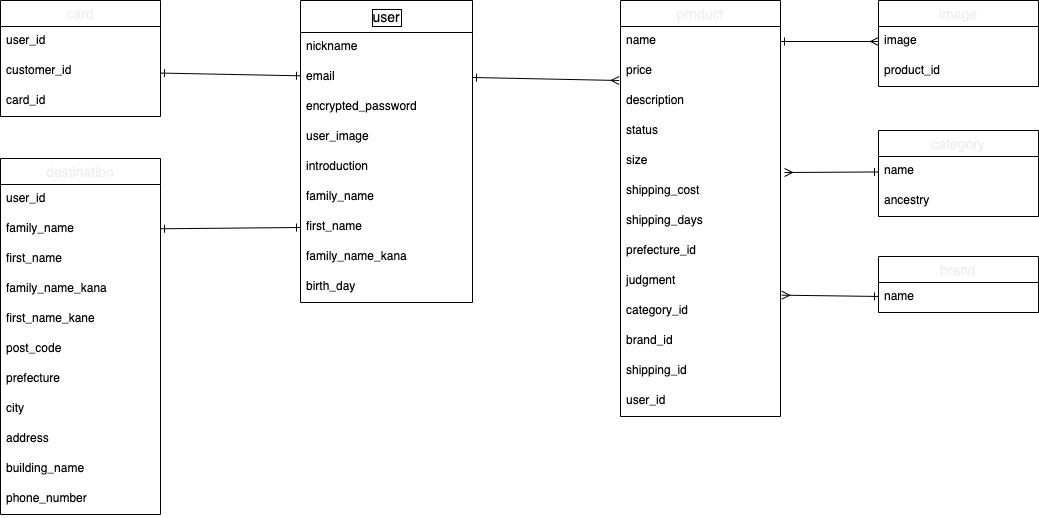
Above: furima.drawio.png in GK9130/furima-37239 (draw.io), before the change. Source tidied: cells renumbered, new cells last; positions are measured from the earlier drawing's top-left corner, leaving out a move shared by most shapes.
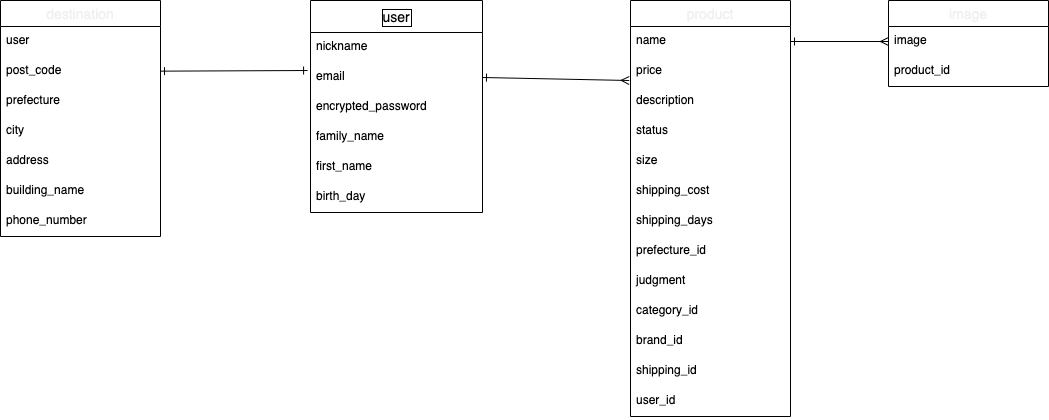
Above is the later version.

Commit message:
ER図・データベース設計修正

The edit, as a diff of the source:
```diff
@@ -3,7 +3,7 @@
     <mxCell id="0" />
     <mxCell id="1" parent="0" />
     <mxCell id="2" value="user" style="swimlane;fontStyle=0;horizontal=1;startSize=32;align=center;fontSize=14;labelBorderColor=#000000;" parent="1" vertex="1">
-      <mxGeometry x="300" width="172" height="302" as="geometry" />
+      <mxGeometry x="300" width="172" height="212" as="geometry" />
     </mxCell>
     <mxCell id="3" value="nickname" style="text;strokeColor=none;fillColor=none;spacingLeft=4;spacingRight=4;overflow=hidden;fontSize=12;" parent="2" vertex="1">
       <mxGeometry y="32" width="172" height="30" as="geometry" />
@@ -14,71 +14,38 @@
     <mxCell id="5" value="encrypted_password" style="text;strokeColor=none;fillColor=none;spacingLeft=4;spacingRight=4;overflow=hidden;fontSize=12;" parent="2" vertex="1">
       <mxGeometry y="92" width="172" height="30" as="geometry" />
     </mxCell>
-    <mxCell id="6" value="user_image" style="text;strokeColor=none;fillColor=none;spacingLeft=4;spacingRight=4;overflow=hidden;fontSize=12;" parent="2" vertex="1">
-      <mxGeometry y="122" width="172" height="30" as="geometry" />
-    </mxCell>
-    <mxCell id="7" value="introduction" style="text;strokeColor=none;fillColor=none;spacingLeft=4;spacingRight=4;overflow=hidden;fontSize=12;" parent="2" vertex="1">
-      <mxGeometry y="152" width="172" height="30" as="geometry" />
-    </mxCell>
     <mxCell id="8" value="family_name" style="text;strokeColor=none;fillColor=none;spacingLeft=4;spacingRight=4;overflow=hidden;fontSize=12;" parent="2" vertex="1">
-      <mxGeometry y="182" width="172" height="30" as="geometry" />
+      <mxGeometry y="122" width="172" height="30" as="geometry" />
     </mxCell>
-    <mxCell id="9" value="first_name" style="text;strokeColor=none;fillColor=none;spacingLeft=4;spacingRight=4;overflow=hidden;points=[[0,0.5],[1,0.5]];portConstraint=eastwest;fontSize=12;" parent="2" vertex="1">
-      <mxGeometry y="212" width="172" height="30" as="geometry" />
-    </mxCell>
-    <mxCell id="10" value="family_name_kana" style="text;strokeColor=none;fillColor=none;spacingLeft=4;spacingRight=4;overflow=hidden;fontSize=12;" parent="2" vertex="1">
-      <mxGeometry y="242" width="172" height="30" as="geometry" />
-    </mxCell>
+    <mxCell id="56" value="first_name" style="text;strokeColor=none;fillColor=none;spacingLeft=4;spacingRight=4;overflow=hidden;fontSize=12;" parent="2" vertex="1">
+      <mxGeometry y="152" width="172" height="30" as="geometry" />
+    </mxCell>
     <mxCell id="11" value="birth_day" style="text;strokeColor=none;fillColor=none;spacingLeft=4;spacingRight=4;overflow=hidden;fontSize=12;" parent="2" vertex="1">
-      <mxGeometry y="272" width="172" height="30" as="geometry" />
+      <mxGeometry y="182" width="172" height="30" as="geometry" />
     </mxCell>
-    <mxCell id="12" value="card" style="swimlane;fontStyle=0;horizontal=1;startSize=26;align=center;fontSize=14;fontColor=#f0f0f0;" parent="1" vertex="1">
-      <mxGeometry width="160" height="116" as="geometry" />
-    </mxCell>
-    <mxCell id="13" value="user_id" style="text;strokeColor=none;fillColor=none;spacingLeft=4;spacingRight=4;overflow=hidden;fontSize=12;" parent="12" vertex="1">
-      <mxGeometry y="26" width="160" height="30" as="geometry" />
-    </mxCell>
-    <mxCell id="14" value="customer_id" style="text;strokeColor=none;fillColor=none;spacingLeft=4;spacingRight=4;overflow=hidden;points=[[0,0.5],[1,0.5]];portConstraint=eastwest;fontSize=12;" parent="12" vertex="1">
-      <mxGeometry y="56" width="160" height="30" as="geometry" />
-    </mxCell>
-    <mxCell id="15" value="card_id" style="text;strokeColor=none;fillColor=none;spacingLeft=4;spacingRight=4;overflow=hidden;fontSize=12;" parent="12" vertex="1">
-      <mxGeometry y="86" width="160" height="30" as="geometry" />
-    </mxCell>
     <mxCell id="16" value="destination" style="swimlane;fontStyle=0;horizontal=1;startSize=26;align=center;fontSize=14;fontColor=#f0f0f0;" parent="1" vertex="1">
-      <mxGeometry y="158" width="160" height="356" as="geometry" />
+      <mxGeometry x="-10" width="160" height="236" as="geometry" />
     </mxCell>
-    <mxCell id="17" value="user_id" style="text;strokeColor=none;fillColor=none;spacingLeft=4;spacingRight=4;overflow=hidden;fontSize=12;" parent="16" vertex="1">
+    <mxCell id="17" value="user" style="text;strokeColor=none;fillColor=none;spacingLeft=4;spacingRight=4;overflow=hidden;fontSize=12;" parent="16" vertex="1">
       <mxGeometry y="26" width="160" height="30" as="geometry" />
     </mxCell>
-    <mxCell id="18" value="family_name" style="text;strokeColor=none;fillColor=none;spacingLeft=4;spacingRight=4;overflow=hidden;points=[[0,0.5],[1,0.5]];portConstraint=eastwest;fontSize=12;" parent="16" vertex="1">
-      <mxGeometry y="56" width="160" height="30" as="geometry" />
-    </mxCell>
-    <mxCell id="19" value="first_name" style="text;strokeColor=none;fillColor=none;spacingLeft=4;spacingRight=4;overflow=hidden;fontSize=12;" parent="16" vertex="1">
-      <mxGeometry y="86" width="160" height="30" as="geometry" />
-    </mxCell>
-    <mxCell id="20" value="family_name_kana" style="text;strokeColor=none;fillColor=none;spacingLeft=4;spacingRight=4;overflow=hidden;fontSize=12;" parent="16" vertex="1">
-      <mxGeometry y="116" width="160" height="30" as="geometry" />
-    </mxCell>
-    <mxCell id="21" value="first_name_kane" style="text;strokeColor=none;fillColor=none;spacingLeft=4;spacingRight=4;overflow=hidden;fontSize=12;" parent="16" vertex="1">
-      <mxGeometry y="146" width="160" height="30" as="geometry" />
-    </mxCell>
     <mxCell id="22" value="post_code" style="text;strokeColor=none;fillColor=none;spacingLeft=4;spacingRight=4;overflow=hidden;fontSize=12;" parent="16" vertex="1">
-      <mxGeometry y="176" width="160" height="30" as="geometry" />
+      <mxGeometry y="56" width="160" height="30" as="geometry" />
     </mxCell>
     <mxCell id="23" value="prefecture" style="text;strokeColor=none;fillColor=none;spacingLeft=4;spacingRight=4;overflow=hidden;fontSize=12;" parent="16" vertex="1">
-      <mxGeometry y="206" width="160" height="30" as="geometry" />
+      <mxGeometry y="86" width="160" height="30" as="geometry" />
     </mxCell>
     <mxCell id="24" value="city" style="text;strokeColor=none;fillColor=none;spacingLeft=4;spacingRight=4;overflow=hidden;fontSize=12;" parent="16" vertex="1">
-      <mxGeometry y="236" width="160" height="30" as="geometry" />
+      <mxGeometry y="116" width="160" height="30" as="geometry" />
     </mxCell>
     <mxCell id="25" value="address" style="text;strokeColor=none;fillColor=none;spacingLeft=4;spacingRight=4;overflow=hidden;fontSize=12;" parent="16" vertex="1">
-      <mxGeometry y="266" width="160" height="30" as="geometry" />
+      <mxGeometry y="146" width="160" height="30" as="geometry" />
     </mxCell>
     <mxCell id="26" value="building_name" style="text;strokeColor=none;fillColor=none;spacingLeft=4;spacingRight=4;overflow=hidden;fontSize=12;" parent="16" vertex="1">
-      <mxGeometry y="296" width="160" height="30" as="geometry" />
+      <mxGeometry y="176" width="160" height="30" as="geometry" />
     </mxCell>
     <mxCell id="27" value="phone_number" style="text;strokeColor=none;fillColor=none;spacingLeft=4;spacingRight=4;overflow=hidden;fontSize=12;" parent="16" vertex="1">
-      <mxGeometry y="326" width="160" height="30" as="geometry" />
+      <mxGeometry y="206" width="160" height="30" as="geometry" />
     </mxCell>
     <mxCell id="28" value="product" style="swimlane;fontStyle=0;horizontal=1;startSize=26;align=center;fontSize=14;fontColor=#f0f0f0;" parent="1" vertex="1">
       <mxGeometry x="620" width="160" height="416" as="geometry" />
@@ -131,38 +98,16 @@
     <mxCell id="44" value="product_id" style="text;strokeColor=none;fillColor=none;spacingLeft=4;spacingRight=4;overflow=hidden;fontSize=12;" parent="42" vertex="1">
       <mxGeometry y="56" width="160" height="30" as="geometry" />
     </mxCell>
-    <mxCell id="45" value="category" style="swimlane;fontStyle=0;horizontal=1;startSize=26;align=center;fontSize=14;fontColor=#f0f0f0;" parent="1" vertex="1">
-      <mxGeometry x="878" y="130" width="160" height="86" as="geometry" />
-    </mxCell>
-    <mxCell id="46" value="name" style="text;strokeColor=none;fillColor=none;spacingLeft=4;spacingRight=4;overflow=hidden;points=[[0,0.5],[1,0.5]];portConstraint=eastwest;fontSize=12;" parent="45" vertex="1">
-      <mxGeometry y="26" width="160" height="30" as="geometry" />
-    </mxCell>
-    <mxCell id="47" value="ancestry" style="text;strokeColor=none;fillColor=none;spacingLeft=4;spacingRight=4;overflow=hidden;fontSize=12;" parent="45" vertex="1">
-      <mxGeometry y="56" width="160" height="30" as="geometry" />
-    </mxCell>
-    <mxCell id="48" value="brand" style="swimlane;fontStyle=0;horizontal=1;startSize=26;align=center;fontSize=14;fontColor=#f0f0f0;" parent="1" vertex="1">
-      <mxGeometry x="878" y="256" width="160" height="56" as="geometry" />
-    </mxCell>
-    <mxCell id="49" value="name" style="text;strokeColor=none;fillColor=none;spacingLeft=4;spacingRight=4;overflow=hidden;points=[[0,0.5],[1,0.5]];portConstraint=eastwest;fontSize=12;" parent="48" vertex="1">
-      <mxGeometry y="26" width="160" height="30" as="geometry" />
-    </mxCell>
-    <mxCell id="50" style="edgeStyle=none;html=1;fontColor=#f0f0f0;startArrow=ERone;startFill=0;endArrow=ERone;endFill=0;" parent="1" edge="1" source="14" target="4">
-      <mxGeometry relative="1" as="geometry" />
-    </mxCell>
     <mxCell id="51" style="edgeStyle=none;html=1;exitX=1;exitY=0.5;exitDx=0;exitDy=0;entryX=-0.008;entryY=0.8;entryDx=0;entryDy=0;entryPerimeter=0;fontColor=#f0f0f0;startArrow=ERone;startFill=0;endArrow=ERmany;endFill=0;" parent="1" edge="1" source="4" target="30">
       <mxGeometry relative="1" as="geometry" />
     </mxCell>
     <mxCell id="52" style="edgeStyle=none;html=1;entryX=0;entryY=0.5;entryDx=0;entryDy=0;fontColor=#f0f0f0;startArrow=ERone;startFill=0;endArrow=ERmany;endFill=0;" parent="1" edge="1" source="29" target="43">
       <mxGeometry relative="1" as="geometry" />
     </mxCell>
-    <mxCell id="53" style="edgeStyle=none;html=1;fontColor=#f0f0f0;startArrow=ERone;startFill=0;endArrow=ERmany;endFill=0;entryX=1.025;entryY=0.867;entryDx=0;entryDy=0;entryPerimeter=0;" parent="1" edge="1" source="46" target="33">
-      <mxGeometry relative="1" as="geometry" />
-    </mxCell>
-    <mxCell id="54" style="edgeStyle=none;html=1;fontColor=#f0f0f0;startArrow=ERone;startFill=0;endArrow=ERmany;endFill=0;entryX=1.008;entryY=-0.044;entryDx=0;entryDy=0;entryPerimeter=0;" parent="1" edge="1" source="49" target="38">
-      <mxGeometry relative="1" as="geometry" />
-    </mxCell>
-    <mxCell id="55" style="edgeStyle=none;html=1;entryX=0;entryY=0.5;entryDx=0;entryDy=0;fontColor=#f0f0f0;startArrow=ERone;startFill=0;endArrow=ERone;endFill=0;" parent="1" edge="1" source="18" target="9">
-      <mxGeometry relative="1" as="geometry" />
+    <mxCell id="55" style="edgeStyle=none;html=1;entryX=-0.017;entryY=0.267;entryDx=0;entryDy=0;entryPerimeter=0;endArrow=ERone;endFill=0;startArrow=ERone;startFill=0;" parent="1" edge="1" target="4">
+      <mxGeometry relative="1" as="geometry">
+        <mxPoint x="150" y="70.7" as="sourcePoint" />
+      </mxGeometry>
     </mxCell>
   </root>
 </mxGraphModel>
```
